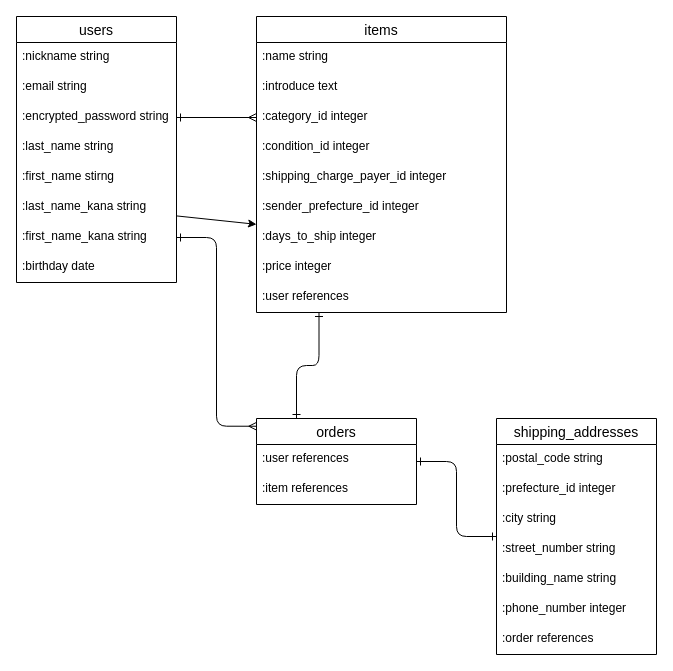
Before: ERD.dio in JIZAEMON/furima-39979, a draw.io diagram. Source tidied: cells renumbered, new cells numbered last; positions are measured from the earlier drawing's top-left corner, leaving out a move shared by most shapes. Both pictures are drawn from the tidied source at 100%, with x=0, y=0 at pixel (16, 16).
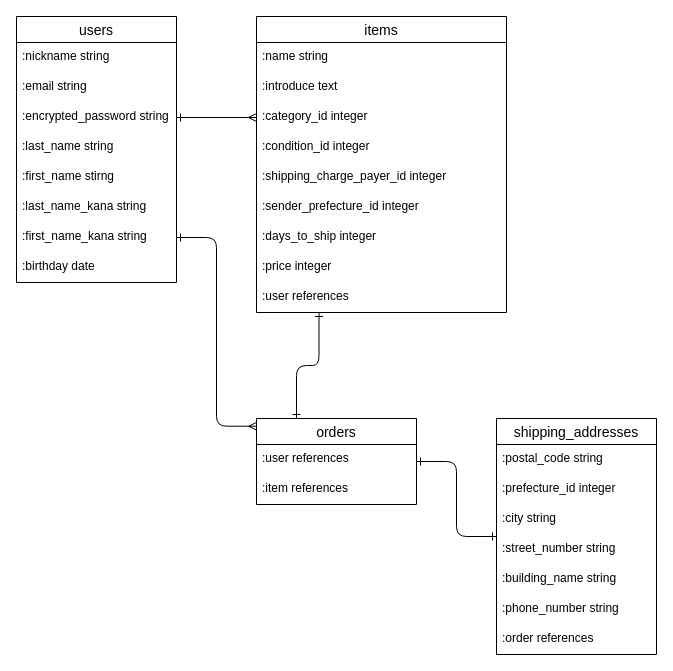
The same diagram, later.

Commit message:
ER図の修正_発送までの日数カラムdays_to_shipを、アクティブハッシュ使用の明示のためdays_to_ship_idに変更

Unchanged cells that the change refers to:
```xml
<mxCell id="9" value=":days_to_ship integer" style="text;strokeColor=none;fillColor=none;spacingLeft=4;spacingRight=4;overflow=hidden;points=[[0,0.5],[1,0.5]];portConstraint=eastwest;fontSize=12;" parent="2" vertex="1">
  <mxGeometry y="206" width="250" height="30" as="geometry" />
</mxCell>
<mxCell id="18" value=":last_name_kana string" style="text;strokeColor=none;fillColor=none;spacingLeft=4;spacingRight=4;overflow=hidden;points=[[0,0.5],[1,0.5]];portConstraint=eastwest;fontSize=12;" parent="12" vertex="1">
  <mxGeometry y="176" width="160" height="30" as="geometry" />
</mxCell>
<mxCell id="28" value="shipping_addresses" style="swimlane;fontStyle=0;horizontal=1;startSize=26;align=center;fontSize=14;" parent="1" vertex="1">
  <mxGeometry x="480" y="402" width="160" height="236" as="geometry" />
</mxCell>
```

Change to the diagram source:
```diff
@@
-    <mxCell id="34" value=":phone_number integer" style="text;strokeColor=none;fillColor=none;spacingLeft=4;spacingRight=4;overflow=hidden;fontSize=12;" parent="28" vertex="1">
+    <mxCell id="34" value=":phone_number string" style="text;strokeColor=none;fillColor=none;spacingLeft=4;spacingRight=4;overflow=hidden;fontSize=12;" parent="28" vertex="1">
       <mxGeometry y="176" width="160" height="30" as="geometry" />
     </mxCell>
@@
-    <mxCell id="36" style="edgeStyle=none;html=1;" parent="1" edge="1" source="18" target="9">
-      <mxGeometry relative="1" as="geometry" />
-    </mxCell>
```
